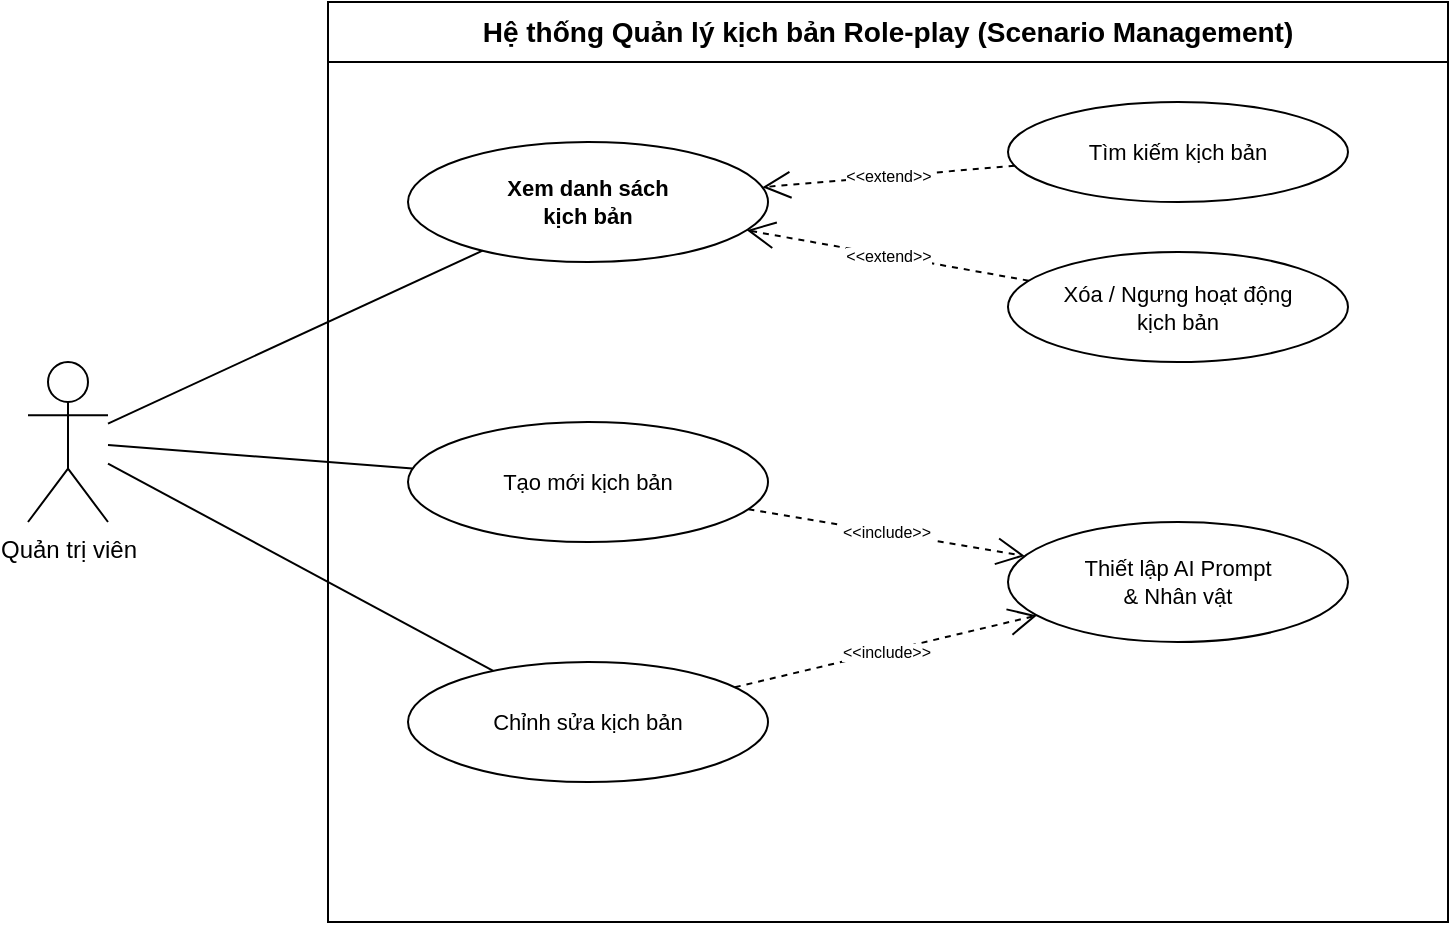
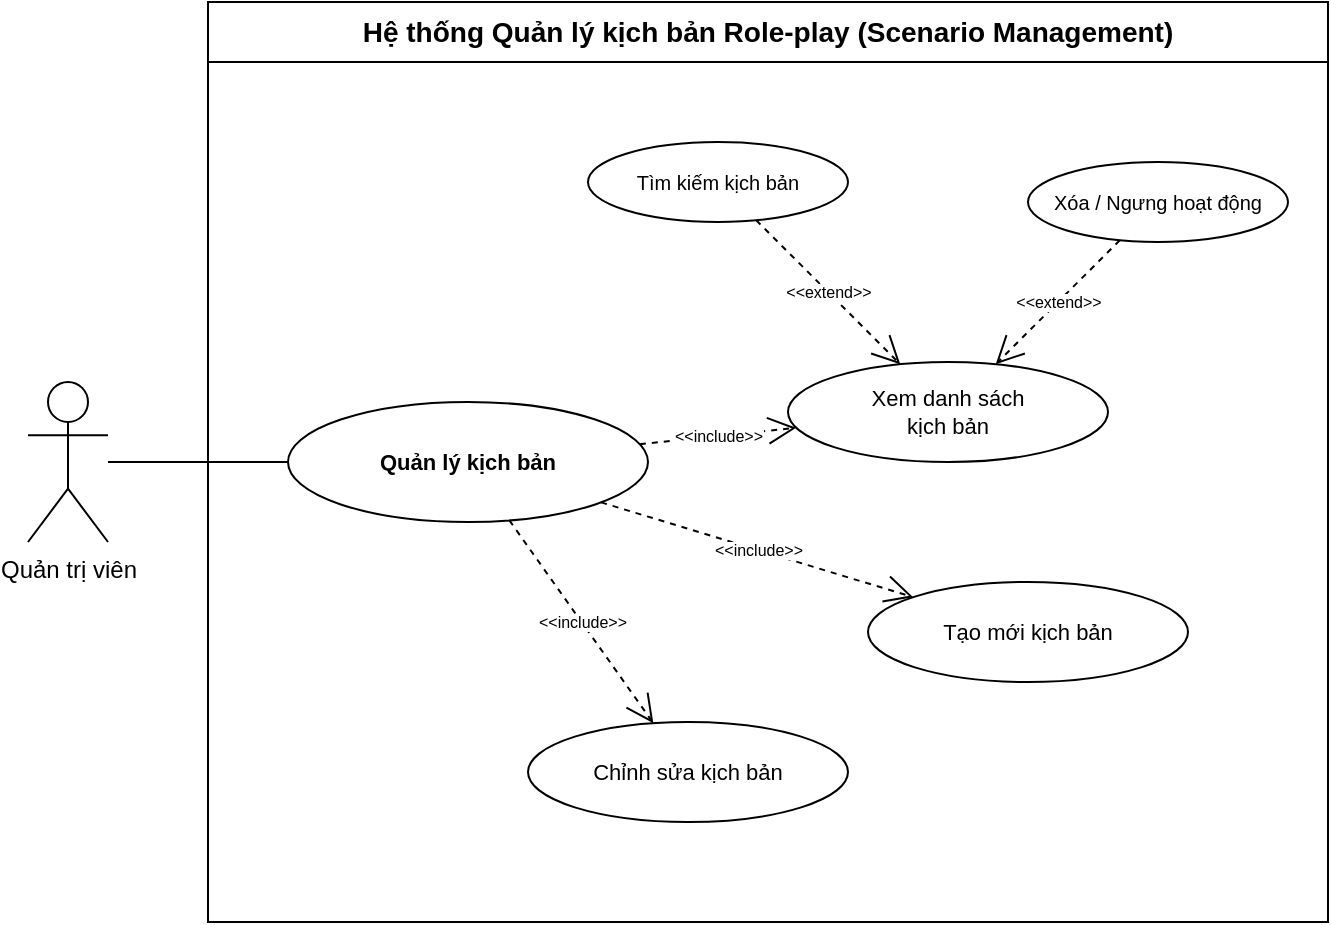
<mxfile host="65bd71144e">
    <diagram id="ql_kich_ban_usecase" name="Use Case Quản Lý Kịch Bản">
-         <mxGraphModel dx="894" dy="709" grid="1" gridSize="10" guides="1" tooltips="1" connect="1" arrows="1" fold="1" page="1" pageScale="1" pageWidth="1100" pageHeight="700" math="0" shadow="0">
+         <mxGraphModel dx="1094" dy="1317" grid="1" gridSize="10" guides="1" tooltips="1" connect="1" arrows="1" fold="1" page="1" pageScale="1" pageWidth="1100" pageHeight="700" math="0" shadow="0">
            <root>
                <mxCell id="0"/>
                <mxCell id="1" parent="0"/>
- 
-                 <!-- System Boundary -->
                <mxCell id="System" value="Hệ thống Quản lý kịch bản Role-play (Scenario Management)" style="swimlane;whiteSpace=wrap;html=1;startSize=30;fillColor=none;strokeColor=#000000;fontSize=14;fontStyle=1;" parent="1" vertex="1">
                    <mxGeometry x="250" y="60" width="560" height="460" as="geometry"/>
                </mxCell>
- 
-                 <!-- Use Cases -->
-                 <mxCell id="UC_XemDanhSachKB" value="Xem danh sách&#xa;kịch bản" style="ellipse;whiteSpace=wrap;html=1;fontSize=11;fillColor=none;strokeColor=#000000;fontStyle=1;" parent="System" vertex="1">
-                     <mxGeometry x="40" y="70" width="180" height="60" as="geometry"/>
+                 <mxCell id="UC_QLKichBan" value="Quản lý kịch bản" style="ellipse;whiteSpace=wrap;html=1;fontSize=11;fillColor=none;strokeColor=#000000;fontStyle=1;" parent="System" vertex="1">
+                     <mxGeometry x="40" y="200" width="180" height="60" as="geometry"/>
                </mxCell>
-                 <mxCell id="UC_TimKiemKB" value="Tìm kiếm kịch bản" style="ellipse;whiteSpace=wrap;html=1;fontSize=11;fillColor=none;strokeColor=#000000;" parent="System" vertex="1">
-                     <mxGeometry x="340" y="50" width="170" height="50" as="geometry"/>
-                 </mxCell>
-                 <mxCell id="UC_XoaKB" value="Xóa / Ngưng hoạt động&#xa;kịch bản" style="ellipse;whiteSpace=wrap;html=1;fontSize=11;fillColor=none;strokeColor=#000000;" parent="System" vertex="1">
-                     <mxGeometry x="340" y="125" width="170" height="55" as="geometry"/>
+                 <mxCell id="UC_XemDanhSachKB" value="Xem danh sách&#xa;kịch bản" style="ellipse;whiteSpace=wrap;html=1;fontSize=11;fillColor=none;strokeColor=#000000;" parent="System" vertex="1">
+                     <mxGeometry x="290" y="180" width="160" height="50" as="geometry"/>
                </mxCell>
                <mxCell id="UC_ThemKB" value="Tạo mới kịch bản" style="ellipse;whiteSpace=wrap;html=1;fontSize=11;fillColor=none;strokeColor=#000000;" parent="System" vertex="1">
-                     <mxGeometry x="40" y="210" width="180" height="60" as="geometry"/>
+                     <mxGeometry x="330" y="290" width="160" height="50" as="geometry"/>
                </mxCell>
                <mxCell id="UC_SuaKB" value="Chỉnh sửa kịch bản" style="ellipse;whiteSpace=wrap;html=1;fontSize=11;fillColor=none;strokeColor=#000000;" parent="System" vertex="1">
-                     <mxGeometry x="40" y="330" width="180" height="60" as="geometry"/>
+                     <mxGeometry x="160" y="360" width="160" height="50" as="geometry"/>
                </mxCell>
-                 <mxCell id="UC_ThietLapAI" value="Thiết lập AI Prompt&#xa;&amp;amp; Nhân vật" style="ellipse;whiteSpace=wrap;html=1;fontSize=11;fillColor=none;strokeColor=#000000;" parent="System" vertex="1">
-                     <mxGeometry x="340" y="260" width="170" height="60" as="geometry"/>
+                 <mxCell id="UC_TimKiemKB" value="Tìm kiếm kịch bản" style="ellipse;whiteSpace=wrap;html=1;fontSize=10;fillColor=none;strokeColor=#000000;" parent="System" vertex="1">
+                     <mxGeometry x="190" y="70" width="130" height="40" as="geometry"/>
                </mxCell>
- 
-                 <!-- Relationships -->
+                 <mxCell id="UC_XoaKB" value="Xóa / Ngưng hoạt động" style="ellipse;whiteSpace=wrap;html=1;fontSize=10;fillColor=none;strokeColor=#000000;" parent="System" vertex="1">
+                     <mxGeometry x="410" y="80" width="130" height="40" as="geometry"/>
+                 </mxCell>
+                 <mxCell id="Rel_Inc_XemDSKB" value="&amp;lt;&amp;lt;include&amp;gt;&amp;gt;" style="dashed=1;html=1;endArrow=open;endSize=12;endFill=0;labelBackgroundColor=#ffffff;fontSize=8;" parent="System" source="UC_QLKichBan" target="UC_XemDanhSachKB" edge="1">
+                     <mxGeometry relative="1" as="geometry"/>
+                 </mxCell>
+                 <mxCell id="Rel_Inc_ThemKB" value="&amp;lt;&amp;lt;include&amp;gt;&amp;gt;" style="dashed=1;html=1;endArrow=open;endSize=12;endFill=0;labelBackgroundColor=#ffffff;fontSize=8;" parent="System" source="UC_QLKichBan" target="UC_ThemKB" edge="1">
+                     <mxGeometry relative="1" as="geometry"/>
+                 </mxCell>
+                 <mxCell id="Rel_Inc_SuaKB" value="&amp;lt;&amp;lt;include&amp;gt;&amp;gt;" style="dashed=1;html=1;endArrow=open;endSize=12;endFill=0;labelBackgroundColor=#ffffff;fontSize=8;" parent="System" source="UC_QLKichBan" target="UC_SuaKB" edge="1">
+                     <mxGeometry relative="1" as="geometry"/>
+                 </mxCell>
                <mxCell id="Rel_Ext_TimKiemKB" value="&amp;lt;&amp;lt;extend&amp;gt;&amp;gt;" style="dashed=1;html=1;endArrow=open;endSize=12;endFill=0;labelBackgroundColor=#ffffff;fontSize=8;" parent="System" source="UC_TimKiemKB" target="UC_XemDanhSachKB" edge="1">
                    <mxGeometry relative="1" as="geometry"/>
                </mxCell>
                <mxCell id="Rel_Ext_XoaKB" value="&amp;lt;&amp;lt;extend&amp;gt;&amp;gt;" style="dashed=1;html=1;endArrow=open;endSize=12;endFill=0;labelBackgroundColor=#ffffff;fontSize=8;" parent="System" source="UC_XoaKB" target="UC_XemDanhSachKB" edge="1">
                    <mxGeometry relative="1" as="geometry"/>
                </mxCell>
-                 <mxCell id="Rel_Inc_ThietLapThem" value="&amp;lt;&amp;lt;include&amp;gt;&amp;gt;" style="dashed=1;html=1;endArrow=open;endSize=12;endFill=0;labelBackgroundColor=#ffffff;fontSize=8;" parent="System" source="UC_ThemKB" target="UC_ThietLapAI" edge="1">
-                     <mxGeometry relative="1" as="geometry"/>
+                 <mxCell id="Actor_Admin" value="Quản trị viên" style="shape=umlActor;verticalLabelPosition=bottom;verticalAlign=top;html=1;outlineConnect=0;fontSize=12;" parent="1" vertex="1">
+                     <mxGeometry x="160" y="250" width="40" height="80" as="geometry"/>
                </mxCell>
-                 <mxCell id="Rel_Inc_ThietLapSua" value="&amp;lt;&amp;lt;include&amp;gt;&amp;gt;" style="dashed=1;html=1;endArrow=open;endSize=12;endFill=0;labelBackgroundColor=#ffffff;fontSize=8;" parent="System" source="UC_SuaKB" target="UC_ThietLapAI" edge="1">
-                     <mxGeometry relative="1" as="geometry"/>
-                 </mxCell>
- 
-                 <!-- Actor: Admin -->
-                 <mxCell id="Actor_Admin" value="Quản trị viên" style="shape=umlActor;verticalLabelPosition=bottom;verticalAlign=top;html=1;outlineConnect=0;fontSize=12;" parent="1" vertex="1">
-                     <mxGeometry x="100" y="240" width="40" height="80" as="geometry"/>
-                 </mxCell>
- 
-                 <!-- Actor Connections -->
-                 <mxCell id="Rel_Actor_XemDSKB" style="endArrow=none;html=1;fontSize=12;" parent="1" source="Actor_Admin" target="UC_XemDanhSachKB" edge="1">
-                     <mxGeometry relative="1" as="geometry"/>
-                 </mxCell>
-                 <mxCell id="Rel_Actor_ThemKB" style="endArrow=none;html=1;fontSize=12;" parent="1" source="Actor_Admin" target="UC_ThemKB" edge="1">
-                     <mxGeometry relative="1" as="geometry"/>
-                 </mxCell>
-                 <mxCell id="Rel_Actor_SuaKB" style="endArrow=none;html=1;fontSize=12;" parent="1" source="Actor_Admin" target="UC_SuaKB" edge="1">
+                 <mxCell id="Rel_Actor_Main" style="endArrow=none;html=1;fontSize=12;" parent="1" source="Actor_Admin" target="UC_QLKichBan" edge="1">
                    <mxGeometry relative="1" as="geometry"/>
                </mxCell>
            </root>
        </mxGraphModel>
    </diagram>
- </mxfile>
+ </mxfile>